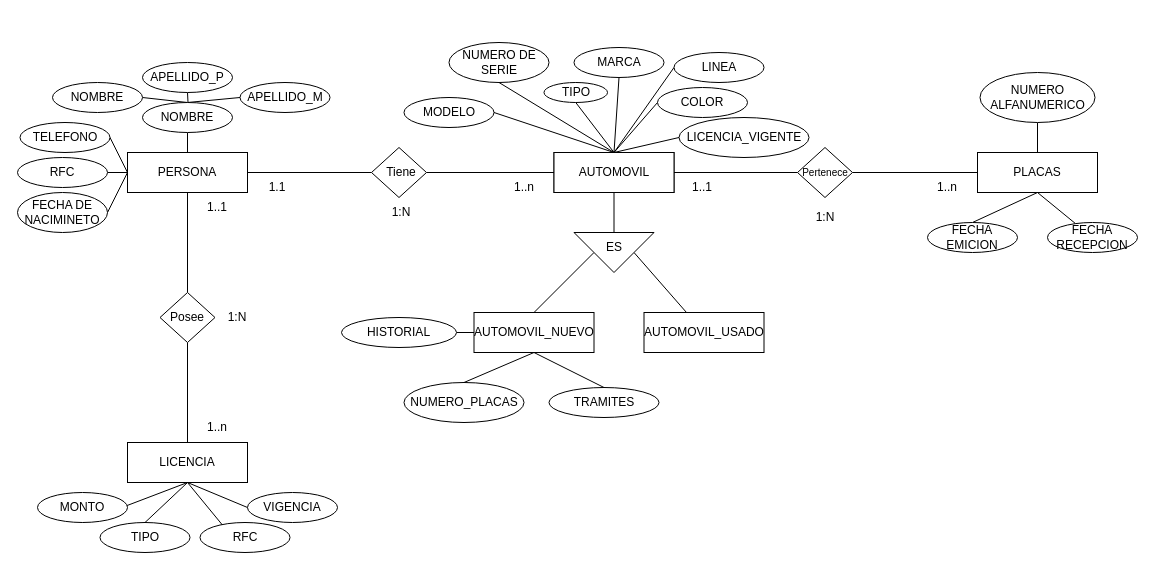
Above: Diagramas/AgenciaFiscal.drawio.xml in Melle23/Proyecto-BDA (draw.io), before the change. Source tidied: cells renumbered, new cells numbered last; positions are measured from the earlier drawing's top-left corner, leaving out a move shared by most shapes. Both pictures are drawn from the tidied source at 100%, with x=0, y=0 at pixel (17, 42).
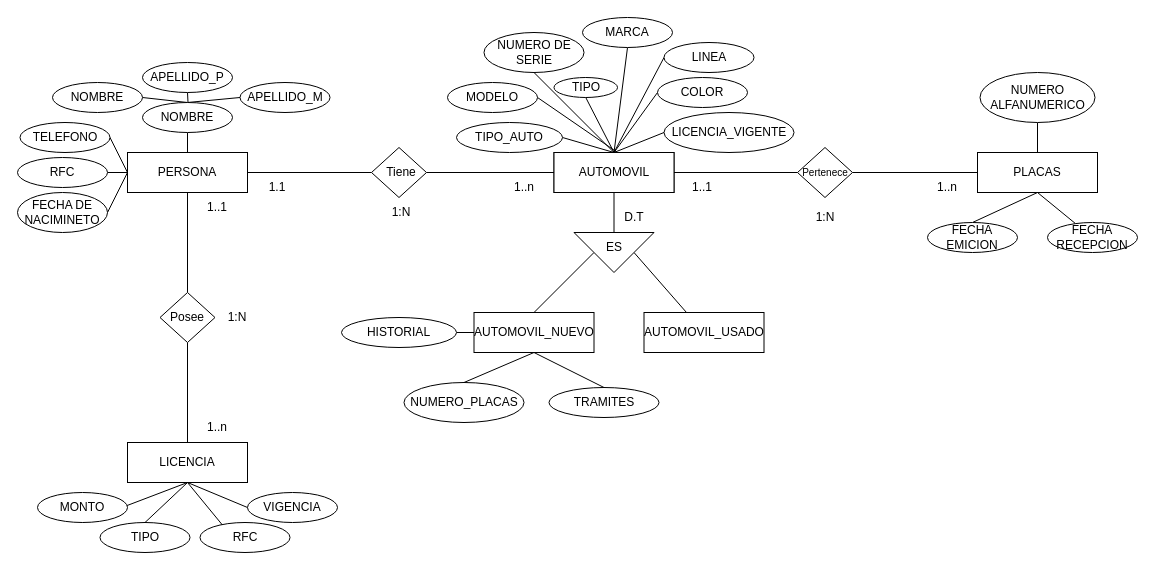
The same page after the edit.

The change refers to these unchanged cells:
```xml
<mxCell id="55" value="AUTOMOVIL" style="rounded=0;whiteSpace=wrap;html=1;" parent="1" vertex="1">
  <mxGeometry x="536.5" y="110" width="120" height="40" as="geometry" />
</mxCell>
```

What changed in the source:
```diff
@@
-    <mxCell id="38" style="rounded=0;jettySize=auto;html=1;exitX=0.5;exitY=1;exitDx=0;exitDy=0;endArrow=none;endFill=0;" parent="1" edge="1" source="39">
-      <mxGeometry relative="1" as="geometry">
-        <mxPoint x="596.5" y="110" as="targetPoint" />
-      </mxGeometry>
+    <mxCell id="38" style="rounded=0;jettySize=auto;html=1;exitX=0.5;exitY=1;exitDx=0;exitDy=0;endArrow=none;endFill=0;entryX=0.5;entryY=0;entryDx=0;entryDy=0;" parent="1" edge="1" source="39" target="55">
+      <mxGeometry relative="1" as="geometry" />
     </mxCell>
     <mxCell id="39" value="NUMERO DE SERIE" style="ellipse;whiteSpace=wrap;html=1;" parent="1" vertex="1">
-      <mxGeometry x="431.5" width="100" height="40" as="geometry" />
+      <mxGeometry x="466.5" y="-10" width="100" height="40" as="geometry" />
     </mxCell>
-    <mxCell id="40" style="rounded=0;jettySize=auto;html=1;exitX=0.5;exitY=1;exitDx=0;exitDy=0;entryX=0.5;entryY=0;entryDx=0;entryDy=0;endArrow=none;endFill=0;" parent="1" edge="1" source="41" target="55">
+    <mxCell id="40" style="rounded=0;jettySize=auto;html=1;exitX=0.5;exitY=1;exitDx=0;exitDy=0;endArrow=none;endFill=0;entryX=0.5;entryY=0;entryDx=0;entryDy=0;" parent="1" edge="1" source="41" target="55">
       <mxGeometry relative="1" as="geometry" />
     </mxCell>
     <mxCell id="41" value="MARCA" style="ellipse;whiteSpace=wrap;html=1;" parent="1" vertex="1">
-      <mxGeometry x="556.5" y="5" width="90" height="30" as="geometry" />
+      <mxGeometry x="565" y="-25" width="90" height="30" as="geometry" />
     </mxCell>
-    <mxCell id="42" style="rounded=0;jettySize=auto;html=1;exitX=0;exitY=0.5;exitDx=0;exitDy=0;entryX=0.5;entryY=0;entryDx=0;entryDy=0;endArrow=none;endFill=0;" parent="1" edge="1" source="43" target="55">
+    <mxCell id="42" style="rounded=0;jettySize=auto;html=1;exitX=0;exitY=0.5;exitDx=0;exitDy=0;endArrow=none;endFill=0;entryX=0.5;entryY=0;entryDx=0;entryDy=0;" parent="1" edge="1" source="43" target="55">
       <mxGeometry relative="1" as="geometry" />
     </mxCell>
     <mxCell id="43" value="LINEA" style="ellipse;whiteSpace=wrap;html=1;" parent="1" vertex="1">
-      <mxGeometry x="656.5" y="10" width="90" height="30" as="geometry" />
+      <mxGeometry x="646.5" width="90" height="30" as="geometry" />
     </mxCell>
@@
     <mxCell id="45" value="COLOR" style="ellipse;whiteSpace=wrap;html=1;" parent="1" vertex="1">
-      <mxGeometry x="640" y="45" width="90" height="30" as="geometry" />
+      <mxGeometry x="640" y="35" width="90" height="30" as="geometry" />
     </mxCell>
-    <mxCell id="46" style="rounded=0;jettySize=auto;html=1;exitX=1;exitY=0.5;exitDx=0;exitDy=0;entryX=0.5;entryY=0;entryDx=0;entryDy=0;endArrow=none;endFill=0;" parent="1" edge="1" source="47" target="55">
-      <mxGeometry relative="1" as="geometry" />
+    <mxCell id="46" style="rounded=0;jettySize=auto;html=1;exitX=1;exitY=0.5;exitDx=0;exitDy=0;endArrow=none;endFill=0;" parent="1" edge="1" source="47">
+      <mxGeometry relative="1" as="geometry">
+        <mxPoint x="600" y="110" as="targetPoint" />
+      </mxGeometry>
     </mxCell>
     <mxCell id="47" value="MODELO" style="ellipse;whiteSpace=wrap;html=1;" parent="1" vertex="1">
-      <mxGeometry x="386.5" y="55" width="90" height="30" as="geometry" />
+      <mxGeometry x="430" y="40" width="90" height="30" as="geometry" />
     </mxCell>
-    <mxCell id="48" style="rounded=0;jettySize=auto;html=1;exitX=0.5;exitY=1;exitDx=0;exitDy=0;endArrow=none;endFill=0;" parent="1" edge="1" source="49">
-      <mxGeometry relative="1" as="geometry">
-        <mxPoint x="596.5" y="110" as="targetPoint" />
-      </mxGeometry>
+    <mxCell id="48" style="rounded=0;jettySize=auto;html=1;exitX=0.5;exitY=1;exitDx=0;exitDy=0;endArrow=none;endFill=0;entryX=0.5;entryY=0;entryDx=0;entryDy=0;" parent="1" edge="1" source="49" target="55">
+      <mxGeometry relative="1" as="geometry" />
     </mxCell>
     <mxCell id="49" value="TIPO" style="ellipse;whiteSpace=wrap;html=1;" parent="1" vertex="1">
-      <mxGeometry x="526.5" y="40" width="63.5" height="20" as="geometry" />
+      <mxGeometry x="536.5" y="35" width="63.5" height="20" as="geometry" />
     </mxCell>
@@
+    <mxCell id="84" value="D.T" style="text;html=1;align=center;verticalAlign=middle;whiteSpace=wrap;rounded=0;" parent="1" vertex="1">
+      <mxGeometry x="586.5" y="160" width="60" height="30" as="geometry" />
+    </mxCell>
@@
     <mxCell id="59" value="LICENCIA_VIGENTE" style="ellipse;whiteSpace=wrap;html=1;" parent="1" vertex="1">
-      <mxGeometry x="661.5" y="75" width="130" height="40" as="geometry" />
+      <mxGeometry x="646.5" y="70" width="130" height="40" as="geometry" />
     </mxCell>
@@
+    <mxCell id="85" style="rounded=0;jettySize=auto;html=1;exitX=1;exitY=0.5;exitDx=0;exitDy=0;entryX=0.5;entryY=0;entryDx=0;entryDy=0;endArrow=none;endFill=0;" parent="1" edge="1" source="86" target="55">
+      <mxGeometry relative="1" as="geometry" />
+    </mxCell>
+    <mxCell id="86" value="TIPO_AUTO" style="ellipse;whiteSpace=wrap;html=1;" parent="1" vertex="1">
+      <mxGeometry x="439" y="80" width="106" height="30" as="geometry" />
+    </mxCell>
```
